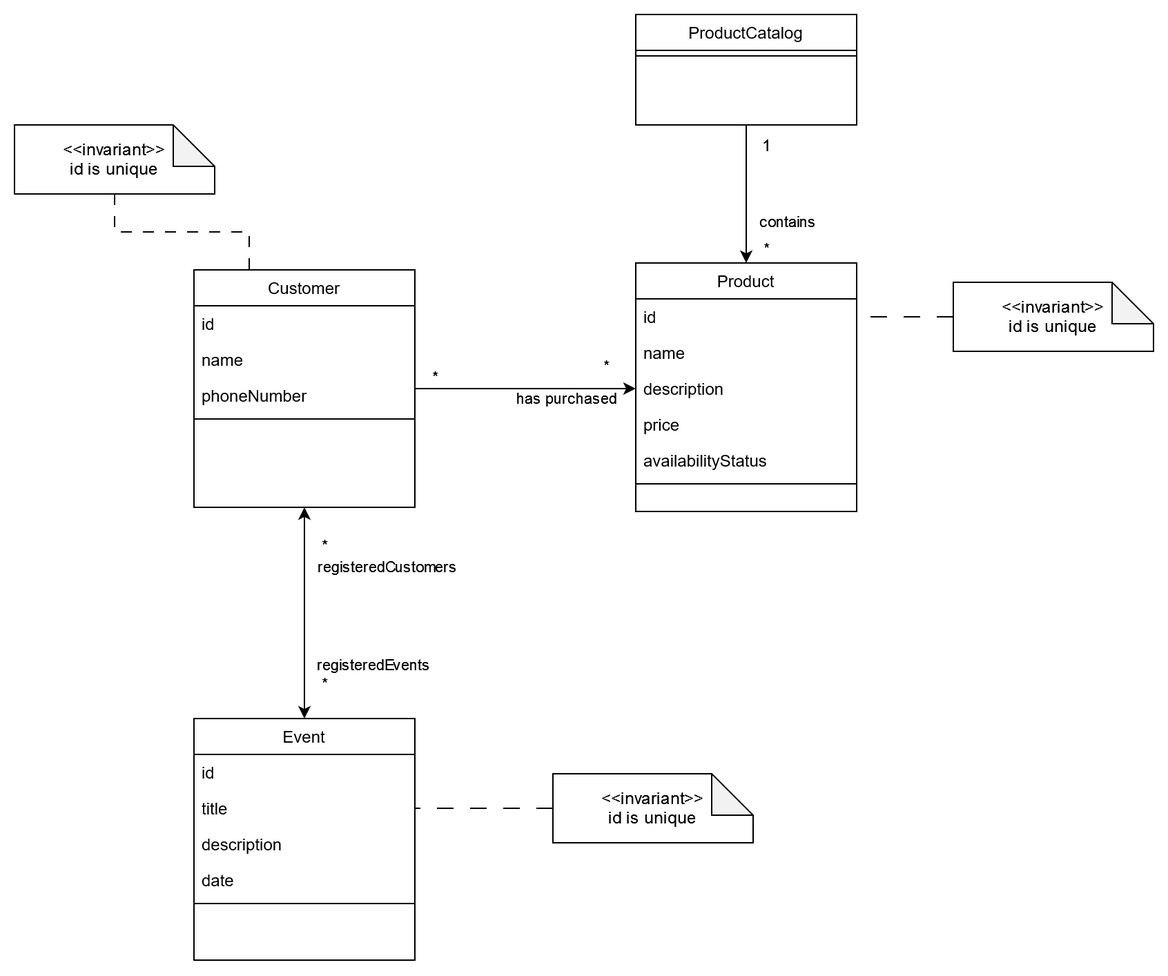
fontvu/webapps-btu-assignment7 keeps this draw.io diagram as domain model.png. Above is the earlier version. Source tidied: cells renumbered, new cells last; positions are measured from the earlier drawing's top-left corner, leaving out a move shared by most shapes. Its diagram source:
```xml
<mxGraphModel>
  <root>
    <mxCell id="0" />
    <mxCell id="1" parent="0" />
    <mxCell id="2" value="Product" style="swimlane;fontStyle=0;align=center;verticalAlign=top;horizontal=1;startSize=26;rounded=0;shadow=0;strokeWidth=1;" parent="1" vertex="1">
      <mxGeometry x="450" y="180" width="160" height="180" as="geometry" />
    </mxCell>
    <mxCell id="3" value="id" style="text;align=left;verticalAlign=top;spacingLeft=4;spacingRight=4;overflow=hidden;points=[[0,0.5],[1,0.5]];portConstraint=eastwest;" parent="2" vertex="1">
      <mxGeometry y="26" width="160" height="26" as="geometry" />
    </mxCell>
    <mxCell id="4" value="name" style="text;align=left;verticalAlign=top;spacingLeft=4;spacingRight=4;overflow=hidden;" parent="2" vertex="1">
      <mxGeometry y="52" width="160" height="26" as="geometry" />
    </mxCell>
    <mxCell id="5" value="description" style="text;align=left;verticalAlign=top;spacingLeft=4;spacingRight=4;overflow=hidden;points=[[0,0.5],[1,0.5]];portConstraint=eastwest;" parent="2" vertex="1">
      <mxGeometry y="78" width="160" height="26" as="geometry" />
    </mxCell>
    <mxCell id="6" value="price" style="text;align=left;verticalAlign=top;spacingLeft=4;spacingRight=4;overflow=hidden;" parent="2" vertex="1">
      <mxGeometry y="104" width="160" height="26" as="geometry" />
    </mxCell>
    <mxCell id="7" value="availabilityStatus" style="text;align=left;verticalAlign=top;spacingLeft=4;spacingRight=4;overflow=hidden;" parent="2" vertex="1">
      <mxGeometry y="130" width="160" height="26" as="geometry" />
    </mxCell>
    <mxCell id="8" style="line;html=1;strokeWidth=1;align=left;verticalAlign=middle;spacingTop=-1;spacingLeft=3;spacingRight=3;labelPosition=right;" parent="2" vertex="1">
      <mxGeometry y="156" width="160" height="8" as="geometry" />
    </mxCell>
    <mxCell id="9" value="contains" style="edgeStyle=orthogonalEdgeStyle;rounded=0;jettySize=auto;html=1;entryX=0.5;entryY=0;entryDx=0;entryDy=0;" parent="1" edge="1" source="10" target="2">
      <mxGeometry x="0.4" y="30" relative="1" as="geometry" />
    </mxCell>
    <mxCell id="10" value="ProductCatalog" style="swimlane;fontStyle=0;align=center;verticalAlign=top;horizontal=1;startSize=26;rounded=0;shadow=0;strokeWidth=1;" parent="1" vertex="1">
      <mxGeometry x="450" width="160" height="80" as="geometry" />
    </mxCell>
    <mxCell id="11" style="line;html=1;strokeWidth=1;align=left;verticalAlign=middle;spacingTop=-1;spacingLeft=3;spacingRight=3;labelPosition=right;" parent="10" vertex="1">
      <mxGeometry y="26" width="160" height="8" as="geometry" />
    </mxCell>
    <mxCell id="12" style="edgeStyle=orthogonalEdgeStyle;rounded=0;jettySize=auto;html=1;entryX=0;entryY=0.5;entryDx=0;entryDy=0;" parent="1" edge="1" source="14" target="5">
      <mxGeometry relative="1" as="geometry" />
    </mxCell>
    <mxCell id="13" value="has purchased" style="edgeLabel;html=1;align=center;verticalAlign=middle;" parent="12" vertex="1">
      <mxGeometry x="-0.17" relative="1" as="geometry">
        <mxPoint x="44" y="7" as="offset" />
      </mxGeometry>
    </mxCell>
    <mxCell id="14" value="Customer" style="swimlane;fontStyle=0;align=center;verticalAlign=top;horizontal=1;startSize=26;rounded=0;shadow=0;strokeWidth=1;" parent="1" vertex="1">
      <mxGeometry x="130" y="185" width="160" height="172" as="geometry" />
    </mxCell>
    <mxCell id="15" value="id" style="text;align=left;verticalAlign=top;spacingLeft=4;spacingRight=4;overflow=hidden;" parent="14" vertex="1">
      <mxGeometry y="26" width="160" height="26" as="geometry" />
    </mxCell>
    <mxCell id="16" value="name" style="text;align=left;verticalAlign=top;spacingLeft=4;spacingRight=4;overflow=hidden;" parent="14" vertex="1">
      <mxGeometry y="52" width="160" height="26" as="geometry" />
    </mxCell>
    <mxCell id="17" value="phoneNumber" style="text;align=left;verticalAlign=top;spacingLeft=4;spacingRight=4;overflow=hidden;" parent="14" vertex="1">
      <mxGeometry y="78" width="160" height="26" as="geometry" />
    </mxCell>
    <mxCell id="18" style="line;html=1;strokeWidth=1;align=left;verticalAlign=middle;spacingTop=-1;spacingLeft=3;spacingRight=3;labelPosition=right;" parent="14" vertex="1">
      <mxGeometry y="104" width="160" height="8" as="geometry" />
    </mxCell>
    <mxCell id="19" style="edgeStyle=orthogonalEdgeStyle;rounded=0;jettySize=auto;html=1;entryX=0.5;entryY=1;entryDx=0;entryDy=0;startArrow=classic;startFill=1;" parent="1" edge="1" source="22" target="14">
      <mxGeometry relative="1" as="geometry" />
    </mxCell>
    <mxCell id="20" value="registeredEvents" style="edgeLabel;html=1;align=center;verticalAlign=middle;" parent="19" vertex="1">
      <mxGeometry x="-0.19" y="2" relative="1" as="geometry">
        <mxPoint x="52" y="22" as="offset" />
      </mxGeometry>
    </mxCell>
    <mxCell id="21" value="registeredCustomers" style="edgeLabel;html=1;align=center;verticalAlign=middle;" parent="19" vertex="1">
      <mxGeometry x="-0.29" y="3" relative="1" as="geometry">
        <mxPoint x="63" y="-56" as="offset" />
      </mxGeometry>
    </mxCell>
    <mxCell id="22" value="Event" style="swimlane;fontStyle=0;align=center;verticalAlign=top;horizontal=1;startSize=26;rounded=0;shadow=0;strokeWidth=1;" parent="1" vertex="1">
      <mxGeometry x="130" y="510" width="160" height="175" as="geometry" />
    </mxCell>
    <mxCell id="23" value="id" style="text;align=left;verticalAlign=top;spacingLeft=4;spacingRight=4;overflow=hidden;" parent="22" vertex="1">
      <mxGeometry y="26" width="160" height="26" as="geometry" />
    </mxCell>
    <mxCell id="24" value="title" style="text;align=left;verticalAlign=top;spacingLeft=4;spacingRight=4;overflow=hidden;points=[[0,0.5],[1,0.5]];portConstraint=eastwest;" parent="22" vertex="1">
      <mxGeometry y="52" width="160" height="26" as="geometry" />
    </mxCell>
    <mxCell id="25" value="description" style="text;align=left;verticalAlign=top;spacingLeft=4;spacingRight=4;overflow=hidden;" parent="22" vertex="1">
      <mxGeometry y="78" width="160" height="26" as="geometry" />
    </mxCell>
    <mxCell id="26" value="date" style="text;align=left;verticalAlign=top;spacingLeft=4;spacingRight=4;overflow=hidden;" parent="22" vertex="1">
      <mxGeometry y="104" width="160" height="26" as="geometry" />
    </mxCell>
    <mxCell id="27" style="line;html=1;strokeWidth=1;align=left;verticalAlign=middle;spacingTop=-1;spacingLeft=3;spacingRight=3;labelPosition=right;" parent="22" vertex="1">
      <mxGeometry y="130" width="160" height="8" as="geometry" />
    </mxCell>
    <mxCell id="28" value="*" style="text;html=1;align=center;verticalAlign=middle;strokeColor=none;fillColor=none;" parent="1" vertex="1">
      <mxGeometry x="290" y="248" width="30" height="30" as="geometry" />
    </mxCell>
    <mxCell id="29" value="*" style="text;html=1;align=center;verticalAlign=middle;strokeColor=none;fillColor=none;" parent="1" vertex="1">
      <mxGeometry x="414" y="240" width="30" height="30" as="geometry" />
    </mxCell>
    <mxCell id="30" value="*" style="text;html=1;align=center;verticalAlign=middle;strokeColor=none;fillColor=none;" parent="1" vertex="1">
      <mxGeometry x="210" y="470" width="30" height="30" as="geometry" />
    </mxCell>
    <mxCell id="31" value="*" style="text;html=1;align=center;verticalAlign=middle;strokeColor=none;fillColor=none;" parent="1" vertex="1">
      <mxGeometry x="210" y="370" width="30" height="30" as="geometry" />
    </mxCell>
    <mxCell id="32" value="*" style="text;html=1;align=center;verticalAlign=middle;strokeColor=none;fillColor=none;" parent="1" vertex="1">
      <mxGeometry x="530" y="155" width="30" height="30" as="geometry" />
    </mxCell>
    <mxCell id="33" value="1" style="text;html=1;align=center;verticalAlign=middle;strokeColor=none;fillColor=none;" parent="1" vertex="1">
      <mxGeometry x="530" y="80" width="30" height="30" as="geometry" />
    </mxCell>
    <mxCell id="34" style="edgeStyle=orthogonalEdgeStyle;jettySize=auto;html=1;entryX=0.25;entryY=0;entryDx=0;entryDy=0;dashed=1;rounded=0;jumpStyle=none;dashPattern=8 8;endArrow=none;endFill=0;" parent="1" edge="1" source="35" target="14">
      <mxGeometry relative="1" as="geometry" />
    </mxCell>
    <mxCell id="35" value="&lt;div&gt;&amp;lt;&amp;lt;invariant&amp;gt;&amp;gt;&lt;/div&gt;&lt;div&gt;id is unique&lt;br&gt;&lt;/div&gt;" style="shape=note;whiteSpace=wrap;html=1;backgroundOutline=1;darkOpacity=0.05;" parent="1" vertex="1">
      <mxGeometry y="80" width="145" height="50" as="geometry" />
    </mxCell>
    <mxCell id="36" style="edgeStyle=orthogonalEdgeStyle;rounded=0;jettySize=auto;html=1;entryX=1;entryY=0.5;entryDx=0;entryDy=0;endArrow=none;endFill=0;dashed=1;dashPattern=12 12;" parent="1" edge="1" source="37" target="3">
      <mxGeometry relative="1" as="geometry" />
    </mxCell>
    <mxCell id="37" value="&lt;div&gt;&amp;lt;&amp;lt;invariant&amp;gt;&amp;gt;&lt;/div&gt;&lt;div&gt;id is unique&lt;br&gt;&lt;/div&gt;" style="shape=note;whiteSpace=wrap;html=1;backgroundOutline=1;darkOpacity=0.05;" parent="1" vertex="1">
      <mxGeometry x="680" y="194" width="145" height="50" as="geometry" />
    </mxCell>
    <mxCell id="38" style="edgeStyle=orthogonalEdgeStyle;rounded=0;jettySize=auto;html=1;entryX=1;entryY=0.5;entryDx=0;entryDy=0;endArrow=none;endFill=0;dashed=1;dashPattern=12 12;" parent="1" edge="1" source="39" target="24">
      <mxGeometry relative="1" as="geometry" />
    </mxCell>
    <mxCell id="39" value="&lt;div&gt;&amp;lt;&amp;lt;invariant&amp;gt;&amp;gt;&lt;/div&gt;&lt;div&gt;id is unique&lt;br&gt;&lt;/div&gt;" style="shape=note;whiteSpace=wrap;html=1;backgroundOutline=1;darkOpacity=0.05;" parent="1" vertex="1">
      <mxGeometry x="390" y="550" width="145" height="50" as="geometry" />
    </mxCell>
  </root>
</mxGraphModel>
```
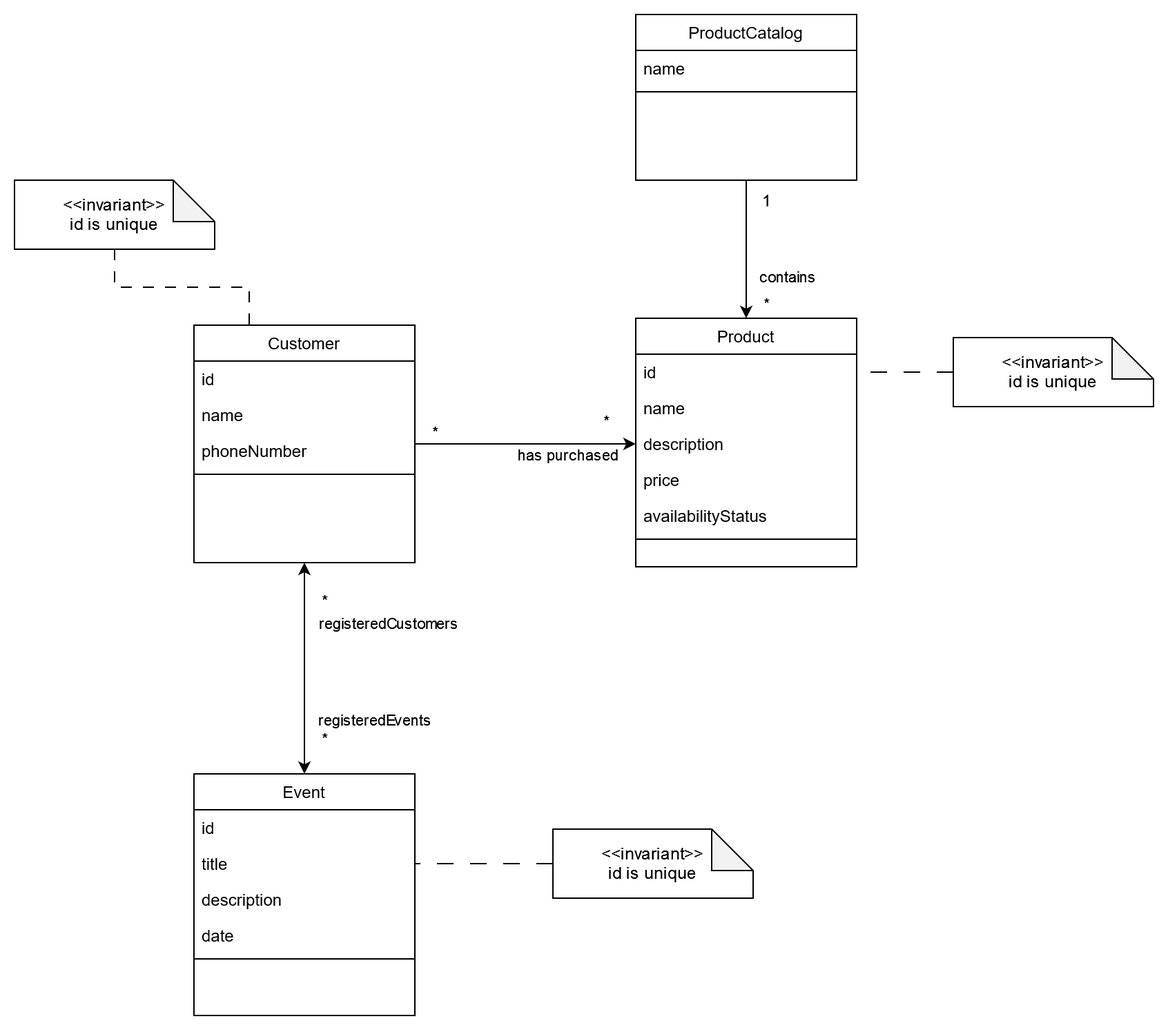
The same file after the commit.

Commit message:
update domain model

The edit, as a diff of the source:
```diff
@@ -27,10 +27,13 @@
       <mxGeometry x="0.4" y="30" relative="1" as="geometry" />
     </mxCell>
     <mxCell id="10" value="ProductCatalog" style="swimlane;fontStyle=0;align=center;verticalAlign=top;horizontal=1;startSize=26;rounded=0;shadow=0;strokeWidth=1;" parent="1" vertex="1">
-      <mxGeometry x="450" width="160" height="80" as="geometry" />
+      <mxGeometry x="450" y="-40" width="160" height="120" as="geometry" />
     </mxCell>
+    <mxCell id="40" value="name" style="text;align=left;verticalAlign=top;spacingLeft=4;spacingRight=4;overflow=hidden;" parent="10" vertex="1">
+      <mxGeometry y="26" width="160" height="26" as="geometry" />
+    </mxCell>
     <mxCell id="11" style="line;html=1;strokeWidth=1;align=left;verticalAlign=middle;spacingTop=-1;spacingLeft=3;spacingRight=3;labelPosition=right;" parent="10" vertex="1">
-      <mxGeometry y="26" width="160" height="8" as="geometry" />
+      <mxGeometry y="52" width="160" height="8" as="geometry" />
     </mxCell>
     <mxCell id="12" style="edgeStyle=orthogonalEdgeStyle;rounded=0;jettySize=auto;html=1;entryX=0;entryY=0.5;entryDx=0;entryDy=0;" parent="1" edge="1" source="14" target="5">
       <mxGeometry relative="1" as="geometry" />
```
